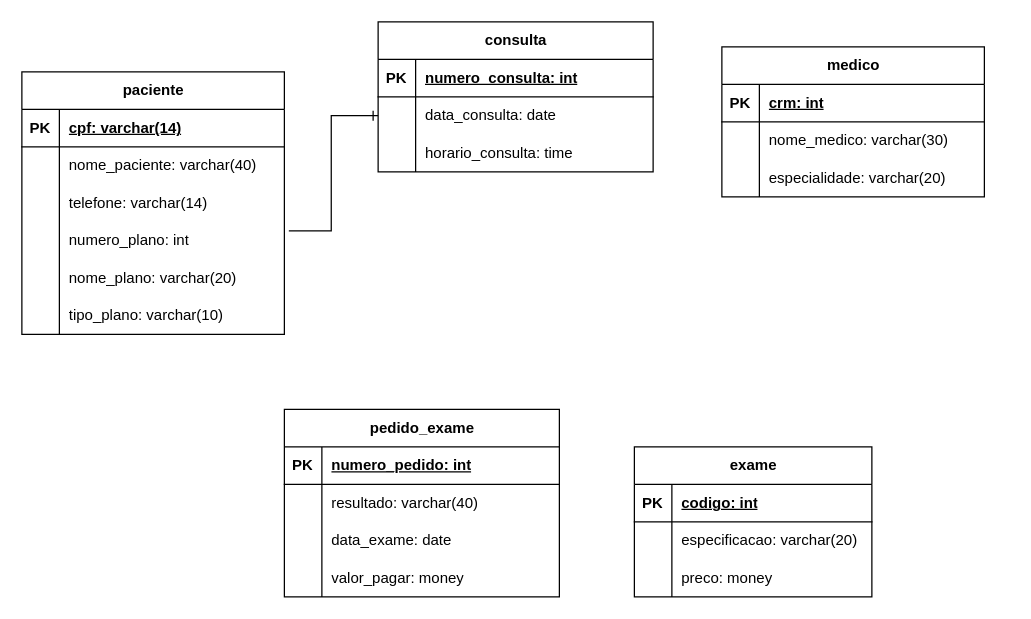
Before: Untitled Diagram.drawio in nataliaoliveira9/banco_de_dados_senai, a draw.io diagram. Source tidied: cells renumbered, new cells numbered last; positions are measured from the earlier drawing's top-left corner, leaving out a move shared by most shapes. Both pictures are drawn from the tidied source at 125%, with x=0, y=0 at pixel (21, 21).
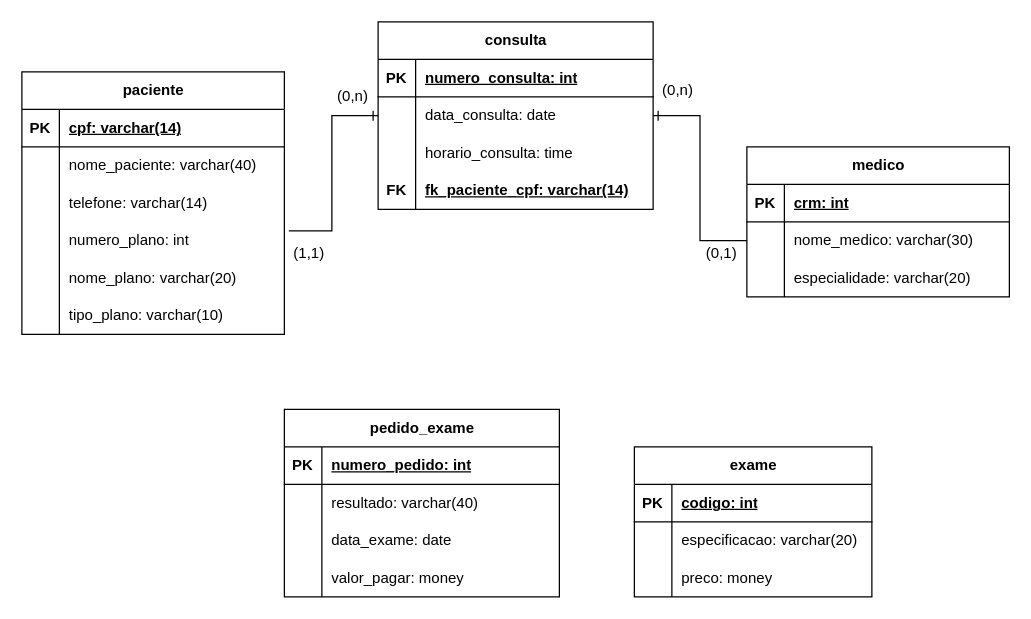
The same page after the edit.

The change refers to these unchanged cells:
```xml
<mxCell id="12" style="shape=tableRow;horizontal=0;startSize=0;swimlaneHead=0;swimlaneBody=0;fillColor=none;points=[[0,0.5],[1,0.5]];portConstraint=eastwest;top=0;left=0;right=0;bottom=0;" parent="2" vertex="1">
  <mxGeometry y="120" width="210" height="30" as="geometry" />
</mxCell>
<mxCell id="25" style="shape=tableRow;horizontal=0;startSize=0;swimlaneHead=0;swimlaneBody=0;fillColor=none;points=[[0,0.5],[1,0.5]];portConstraint=eastwest;top=0;left=0;right=0;bottom=0;" parent="21" vertex="1">
  <mxGeometry y="60" width="220" height="30" as="geometry" />
</mxCell>
<mxCell id="35" style="shape=tableRow;horizontal=0;startSize=0;swimlaneHead=0;swimlaneBody=0;fillColor=none;points=[[0,0.5],[1,0.5]];portConstraint=eastwest;top=0;left=0;right=0;bottom=0;" parent="31" vertex="1">
  <mxGeometry y="60" width="210" height="30" as="geometry" />
</mxCell>
```

What changed in the source:
```diff
@@
     <mxCell id="21" value="consulta" style="shape=table;startSize=30;childLayout=tableLayout;rowLines=0;fontStyle=1;align=center;html=1;" parent="1" vertex="1">
-      <mxGeometry x="285" width="220" height="120" as="geometry" />
+      <mxGeometry x="285" width="220" height="150" as="geometry" />
     </mxCell>
@@
+    <mxCell id="65" style="shape=tableRow;horizontal=0;startSize=0;swimlaneHead=0;swimlaneBody=0;fillColor=none;top=0;left=0;right=0;bottom=0;" parent="21" vertex="1">
+      <mxGeometry y="120" width="220" height="30" as="geometry" />
+    </mxCell>
+    <mxCell id="66" value="FK" style="shape=partialRectangle;fillColor=none;top=0;left=0;bottom=0;right=0;overflow=hidden;whiteSpace=wrap;html=1;fontStyle=1;" parent="65" vertex="1">
+      <mxGeometry width="30" height="30" as="geometry" />
+    </mxCell>
+    <mxCell id="67" value="fk_paciente_cpf: varchar(14)" style="shape=partialRectangle;fillColor=none;top=0;left=0;bottom=0;right=0;align=left;spacingLeft=6;overflow=hidden;whiteSpace=wrap;html=1;fontStyle=5;" parent="65" vertex="1">
+      <mxGeometry x="30" width="190" height="30" as="geometry" />
+    </mxCell>
     <mxCell id="31" value="medico" style="shape=table;startSize=30;childLayout=tableLayout;rowLines=0;fontStyle=1;align=center;html=1;" parent="1" vertex="1">
-      <mxGeometry x="560" y="20" width="210" height="120" as="geometry" />
+      <mxGeometry x="580" y="100" width="210" height="120" as="geometry" />
     </mxCell>
@@
     <mxCell id="64" style="edgeStyle=orthogonalEdgeStyle;fontSize=12;html=1;endArrow=ERone;endFill=1;rounded=0;entryX=0;entryY=0.5;entryDx=0;entryDy=0;exitX=1.017;exitY=0.239;exitDx=0;exitDy=0;exitPerimeter=0;" parent="1" edge="1" source="12" target="25">
-      <mxGeometry relative="1" as="geometry" />
+      <mxGeometry relative="1" as="geometry">
+        <Array as="points">
+          <mxPoint x="248" y="167" />
+          <mxPoint x="248" y="75" />
+        </Array>
+      </mxGeometry>
     </mxCell>
+    <mxCell id="68" value="(1,1)" style="text;strokeColor=none;align=center;fillColor=none;html=1;verticalAlign=middle;whiteSpace=wrap;rounded=0;" parent="1" vertex="1">
+      <mxGeometry x="200" y="160" width="60" height="50" as="geometry" />
+    </mxCell>
+    <mxCell id="69" value="(0,n)" style="text;strokeColor=none;align=center;fillColor=none;html=1;verticalAlign=middle;whiteSpace=wrap;rounded=0;" parent="1" vertex="1">
+      <mxGeometry x="240" y="45" width="50" height="30" as="geometry" />
+    </mxCell>
+    <mxCell id="70" style="edgeStyle=orthogonalEdgeStyle;fontSize=12;html=1;endArrow=ERone;endFill=1;rounded=0;entryX=1;entryY=0.5;entryDx=0;entryDy=0;exitX=0;exitY=0.5;exitDx=0;exitDy=0;" parent="1" edge="1" source="35" target="25">
+      <mxGeometry relative="1" as="geometry" />
+    </mxCell>
+    <mxCell id="71" value="(0,n)" style="text;strokeColor=none;align=center;fillColor=none;html=1;verticalAlign=middle;whiteSpace=wrap;rounded=0;" parent="1" vertex="1">
+      <mxGeometry x="500" y="40" width="50" height="30" as="geometry" />
+    </mxCell>
+    <mxCell id="72" value="(0,1)" style="text;strokeColor=none;align=center;fillColor=none;html=1;verticalAlign=middle;whiteSpace=wrap;rounded=0;" parent="1" vertex="1">
+      <mxGeometry x="530" y="160" width="60" height="50" as="geometry" />
+    </mxCell>
```
